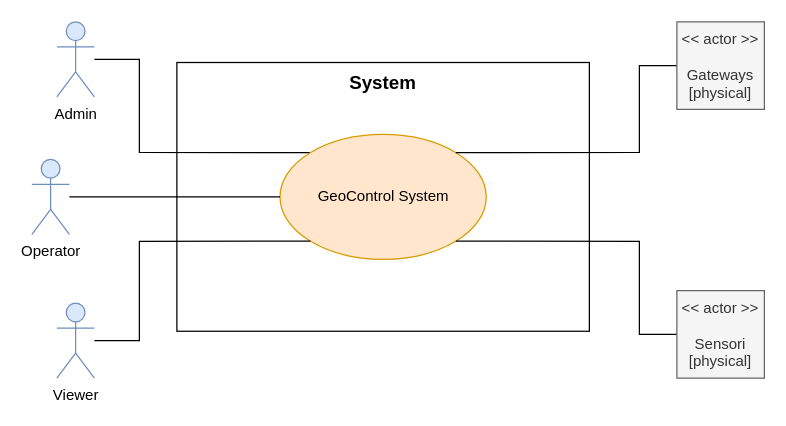
Above: doc/res/raw/Context_Diagram.drawio in luigiaceto/geocontrol (draw.io), before the change. Source tidied: cells renumbered, new cells numbered last; positions are measured from the earlier drawing's top-left corner, leaving out a move shared by most shapes. Both pictures are drawn from the tidied source at 125%, with x=0, y=0 at pixel (31, 21).
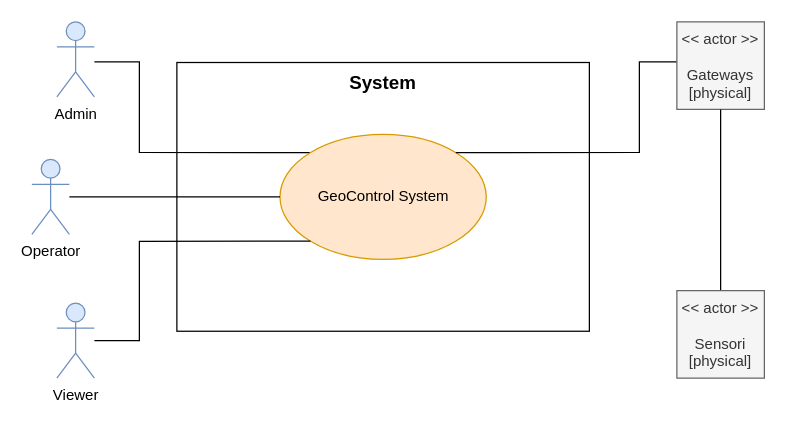
Above is the later version.

Commit message (it also covers changes not shown here):
Fix: context diagram

Unchanged cells that the change refers to:
```xml
<mxCell id="4" value="Admin" style="shape=umlActor;verticalLabelPosition=bottom;verticalAlign=top;html=1;outlineConnect=0;fillColor=#dae8fc;strokeColor=#6c8ebf;" parent="1" vertex="1">
  <mxGeometry x="20" width="30" height="60" as="geometry" />
</mxCell>
<mxCell id="5" value="GeoControl System" style="ellipse;whiteSpace=wrap;html=1;fillColor=#ffe6cc;strokeColor=#d79b00;" parent="1" vertex="1">
  <mxGeometry x="198.5" y="90" width="165" height="100" as="geometry" />
</mxCell>
<mxCell id="11" value="&amp;lt;&amp;lt; actor &amp;gt;&amp;gt;&lt;br&gt;&lt;br&gt;&lt;div&gt;Gateways&lt;br&gt;[physical]&lt;/div&gt;" style="whiteSpace=wrap;html=1;fillColor=#f5f5f5;fontColor=#333333;strokeColor=#666666;" parent="1" vertex="1">
  <mxGeometry x="516" width="70" height="70" as="geometry" />
</mxCell>
<mxCell id="13" value="&amp;lt;&amp;lt; actor &amp;gt;&amp;gt;&lt;br&gt;&lt;br&gt;&lt;div&gt;Sensori&lt;div&gt;[physical]&lt;/div&gt;&lt;/div&gt;" style="whiteSpace=wrap;html=1;fillColor=#f5f5f5;fontColor=#333333;strokeColor=#666666;" parent="1" vertex="1">
  <mxGeometry x="516" y="215" width="70" height="70" as="geometry" />
</mxCell>
```

Change to the diagram source:
```diff
@@
     <mxCell id="3" style="edgeStyle=orthogonalEdgeStyle;rounded=0;jettySize=auto;html=1;entryX=0;entryY=0;entryDx=0;entryDy=0;endArrow=none;startFill=0;" parent="1" edge="1" source="4" target="5">
       <mxGeometry relative="1" as="geometry">
         <Array as="points">
-          <mxPoint x="86" y="30" />
+          <mxPoint x="86" y="32" />
           <mxPoint x="86" y="105" />
         </Array>
       </mxGeometry>
     </mxCell>
@@
     <mxCell id="10" style="edgeStyle=orthogonalEdgeStyle;rounded=0;jettySize=auto;html=1;entryX=1;entryY=0;entryDx=0;entryDy=0;endArrow=none;startFill=0;" parent="1" edge="1" source="11" target="5">
       <mxGeometry relative="1" as="geometry">
         <Array as="points">
-          <mxPoint x="486" y="35" />
+          <mxPoint x="486" y="32" />
           <mxPoint x="486" y="105" />
         </Array>
       </mxGeometry>
     </mxCell>
@@
-    <mxCell id="12" style="edgeStyle=orthogonalEdgeStyle;rounded=0;jettySize=auto;html=1;entryX=1;entryY=1;entryDx=0;entryDy=0;endArrow=none;startFill=0;" parent="1" edge="1" source="13" target="5">
-      <mxGeometry relative="1" as="geometry">
-        <Array as="points">
-          <mxPoint x="486" y="250" />
-          <mxPoint x="486" y="175" />
-        </Array>
-      </mxGeometry>
-    </mxCell>
+    <mxCell id="14" style="edgeStyle=orthogonalEdgeStyle;rounded=0;jettySize=auto;html=1;entryX=0.5;entryY=1;entryDx=0;entryDy=0;endArrow=none;startFill=0;" parent="1" edge="1" source="13" target="11">
+      <mxGeometry relative="1" as="geometry" />
+    </mxCell>
```
